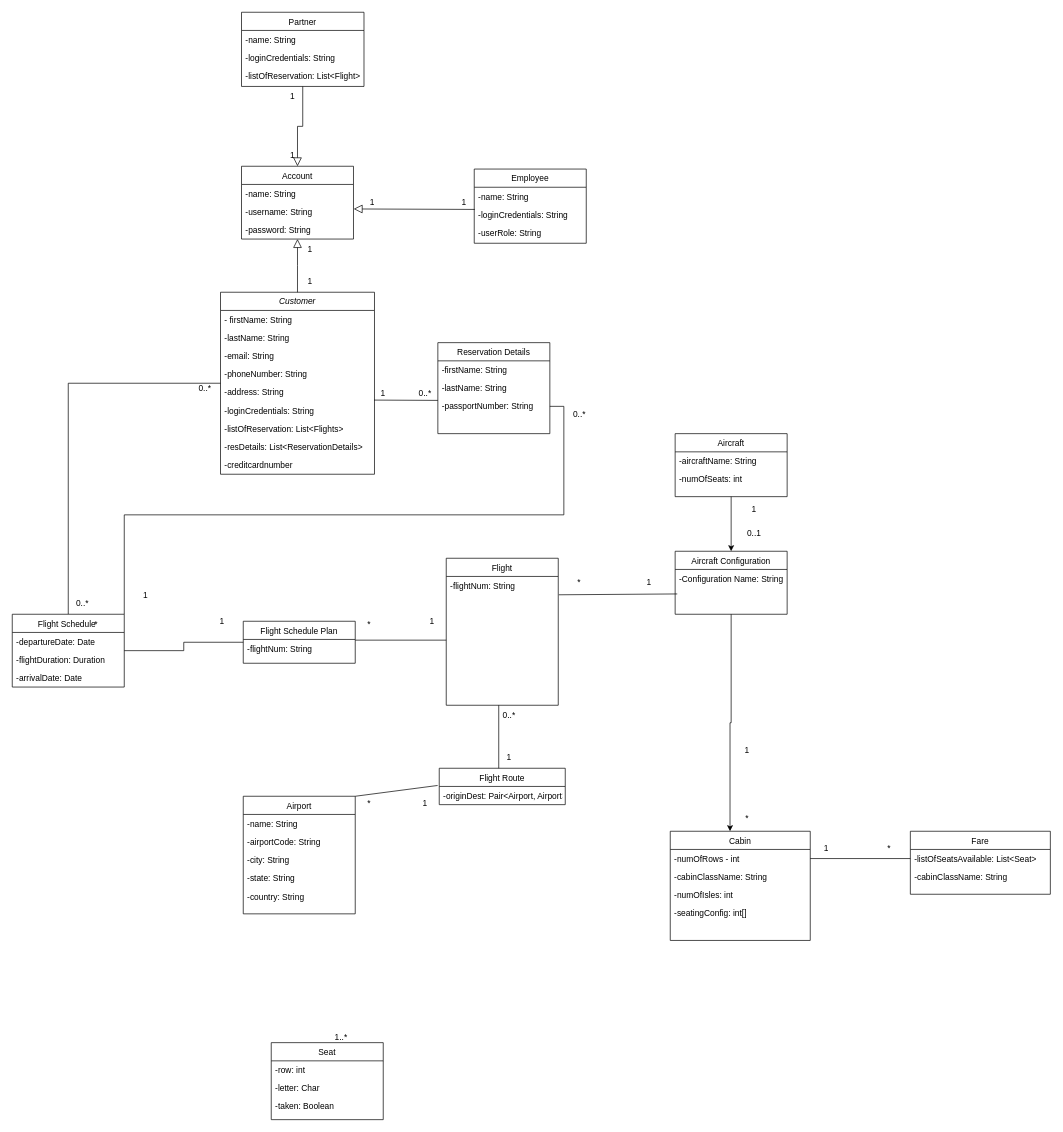
Above: ENTITY CLASS DIAGRAM.drawio in glennquah/Flight-Enterprise-System (draw.io), before the change. Source tidied: cells renumbered, new cells numbered last; positions are measured from the earlier drawing's top-left corner, leaving out a move shared by most shapes. Both pictures are drawn from the tidied source at 70%, with x=0, y=0 at pixel (12, 12).
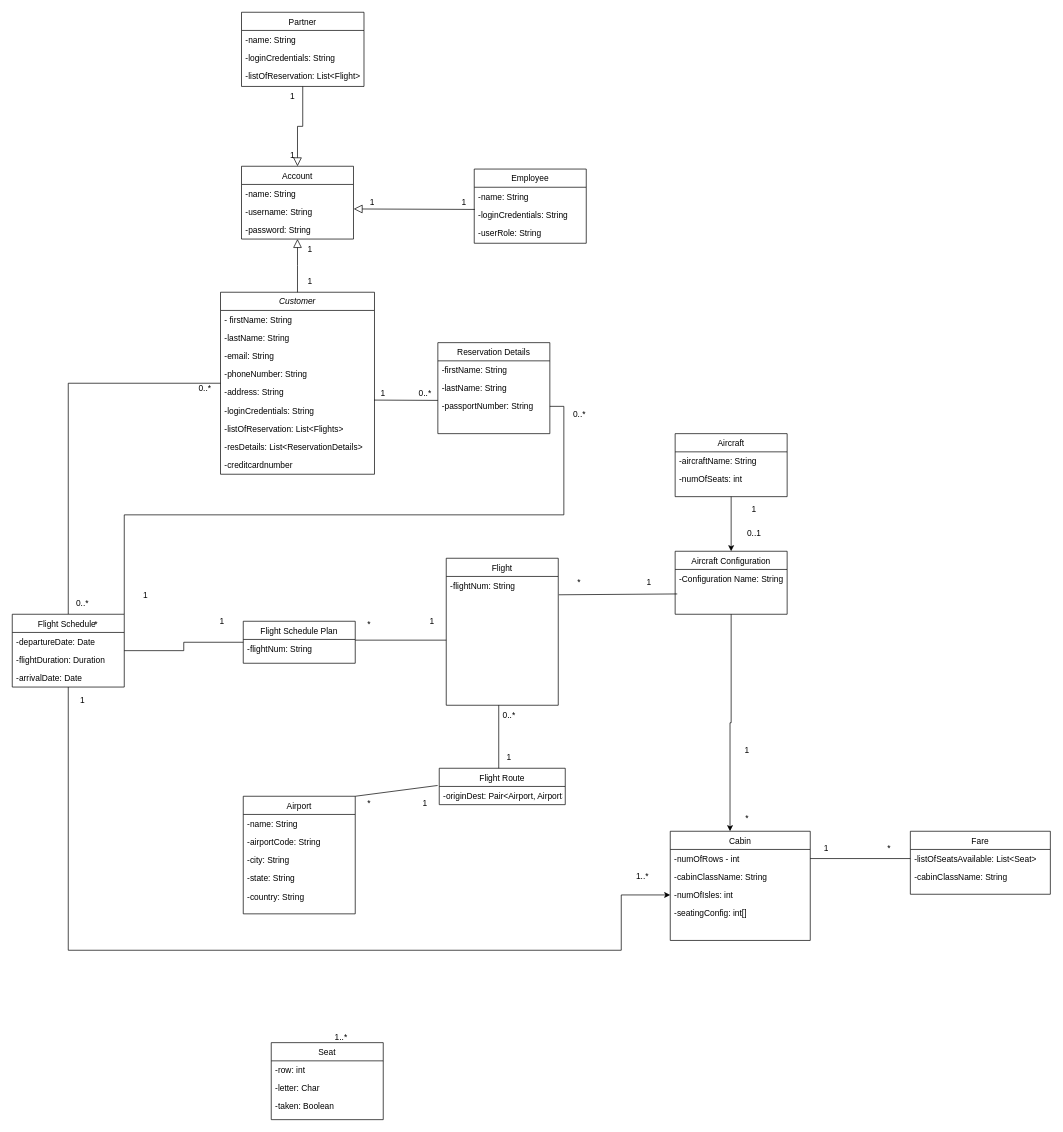
The same page after the edit.

The change refers to these unchanged cells:
```xml
<mxCell id="33" value="-numOfIsles: int" style="text;align=left;verticalAlign=top;spacingLeft=4;spacingRight=4;overflow=hidden;points=[[0,0.5],[1,0.5]];portConstraint=eastwest;rounded=0;shadow=0;html=0;" parent="30" vertex="1">
  <mxGeometry y="78" width="200" height="26" as="geometry" />
</mxCell>
<mxCell id="80" value="Flight Schedule " style="swimlane;fontStyle=0;align=center;verticalAlign=top;horizontal=1;startSize=26;rounded=0;shadow=0;strokeWidth=1;" parent="1" vertex="1">
  <mxGeometry y="860" width="160" height="104" as="geometry" />
</mxCell>
```

What changed in the source:
```diff
@@
+    <mxCell id="104" style="edgeStyle=orthogonalEdgeStyle;rounded=0;jettySize=auto;html=1;entryX=0;entryY=0.5;entryDx=0;entryDy=0;" parent="1" edge="1" source="80" target="33">
+      <mxGeometry relative="1" as="geometry">
+        <Array as="points">
+          <mxPoint x="80" y="1340" />
+          <mxPoint x="870" y="1340" />
+          <mxPoint x="870" y="1261" />
+        </Array>
+      </mxGeometry>
+    </mxCell>
@@
+    <mxCell id="105" value="1" style="text;html=1;align=center;verticalAlign=middle;strokeColor=none;fillColor=none;" parent="1" vertex="1">
+      <mxGeometry x="85" y="968" width="30" height="30" as="geometry" />
+    </mxCell>
+    <mxCell id="106" value="1..*" style="text;html=1;align=center;verticalAlign=middle;strokeColor=none;fillColor=none;" parent="1" vertex="1">
+      <mxGeometry x="880" y="1220" width="40" height="30" as="geometry" />
+    </mxCell>
```
